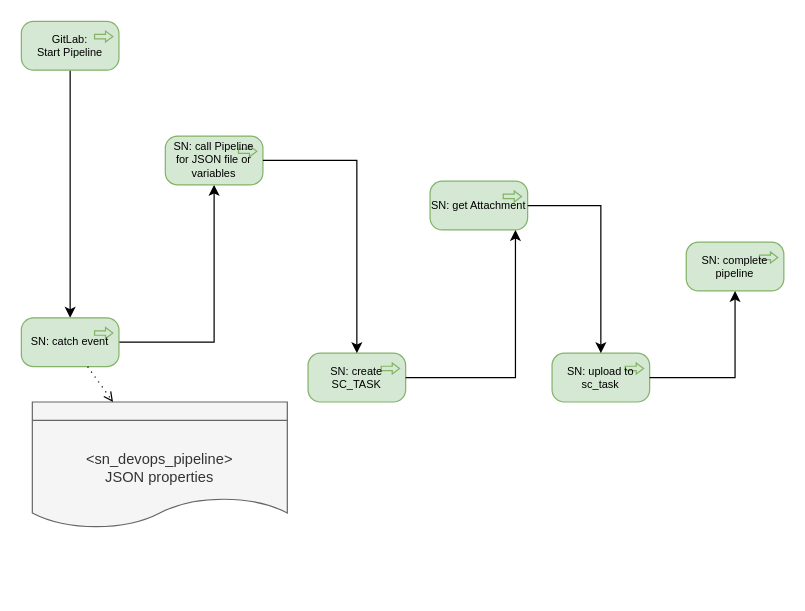
Before: GitLab2SN.drawio in algimas/tmp, a draw.io diagram. Source tidied: cells renumbered, new cells numbered last; positions are measured from the earlier drawing's top-left corner, leaving out a move shared by most shapes. Both pictures are drawn from the tidied source at 122%, with x=0, y=0 at pixel (21, 21).
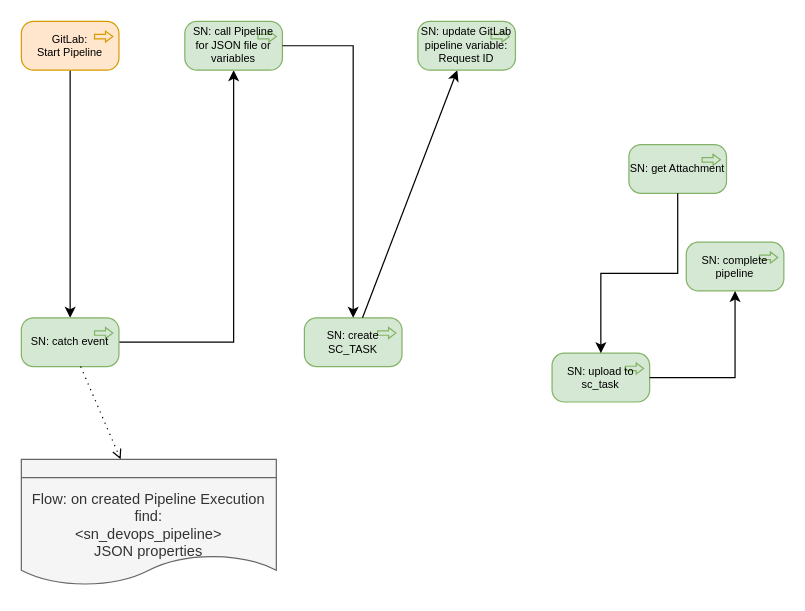
The same page after the edit.

The edit, as a diff of the source:
```diff
@@
 <mxGraphModel>
   <root>
     <mxCell id="0" />
     <mxCell id="1" parent="0" />
     <mxCell id="2" style="edgeStyle=orthogonalEdgeStyle;rounded=0;jettySize=auto;html=1;fontSize=9;" parent="1" edge="1" source="3" target="5">
       <mxGeometry relative="1" as="geometry" />
     </mxCell>
-    <mxCell id="3" value="GitLab:&lt;br&gt;Start Pipeline" style="html=1;outlineConnect=0;whiteSpace=wrap;fillColor=#d5e8d4;shape=mxgraph.archimate3.application;appType=proc;archiType=rounded;fontSize=9;verticalAlign=middle;align=center;strokeColor=#82b366;" parent="1" vertex="1">
+    <mxCell id="3" value="GitLab:&lt;br&gt;Start Pipeline" style="html=1;outlineConnect=0;whiteSpace=wrap;fillColor=#ffe6cc;shape=mxgraph.archimate3.application;appType=proc;archiType=rounded;fontSize=9;verticalAlign=middle;align=center;strokeColor=#d79b00;" parent="1" vertex="1">
       <mxGeometry width="80" height="40" as="geometry" />
     </mxCell>
     <mxCell id="4" style="edgeStyle=orthogonalEdgeStyle;rounded=0;jettySize=auto;html=1;fontSize=9;" parent="1" edge="1" source="5" target="6">
       <mxGeometry relative="1" as="geometry" />
     </mxCell>
     <mxCell id="5" value="SN: catch event" style="html=1;outlineConnect=0;whiteSpace=wrap;fillColor=#d5e8d4;shape=mxgraph.archimate3.application;appType=proc;archiType=rounded;fontSize=9;strokeColor=#82b366;" parent="1" vertex="1">
       <mxGeometry y="243" width="80" height="40" as="geometry" />
     </mxCell>
     <mxCell id="6" value="SN: call Pipeline for JSON file or variables" style="html=1;outlineConnect=0;whiteSpace=wrap;fillColor=#d5e8d4;shape=mxgraph.archimate3.application;appType=proc;archiType=rounded;fontSize=9;strokeColor=#82b366;" parent="1" vertex="1">
-      <mxGeometry x="118" y="94" width="80" height="40" as="geometry" />
+      <mxGeometry x="134" width="80" height="40" as="geometry" />
     </mxCell>
     <mxCell id="7" value="SN: create SC_TASK" style="html=1;outlineConnect=0;whiteSpace=wrap;fillColor=#d5e8d4;shape=mxgraph.archimate3.application;appType=proc;archiType=rounded;fontSize=9;strokeColor=#82b366;" parent="1" vertex="1">
-      <mxGeometry x="235" y="272" width="80" height="40" as="geometry" />
+      <mxGeometry x="232" y="243" width="80" height="40" as="geometry" />
     </mxCell>
     <mxCell id="8" style="edgeStyle=orthogonalEdgeStyle;rounded=0;jettySize=auto;html=1;fontSize=9;" parent="1" edge="1" source="6" target="7">
       <mxGeometry relative="1" as="geometry" />
     </mxCell>
     <mxCell id="9" value="SN: get Attachment" style="html=1;outlineConnect=0;whiteSpace=wrap;fillColor=#d5e8d4;shape=mxgraph.archimate3.application;appType=proc;archiType=rounded;fontSize=9;strokeColor=#82b366;" parent="1" vertex="1">
-      <mxGeometry x="335" y="131" width="80" height="40" as="geometry" />
+      <mxGeometry x="498" y="101" width="80" height="40" as="geometry" />
     </mxCell>
     <mxCell id="10" value="SN: upload to sc_task" style="html=1;outlineConnect=0;whiteSpace=wrap;fillColor=#d5e8d4;shape=mxgraph.archimate3.application;appType=proc;archiType=rounded;fontSize=9;strokeColor=#82b366;" parent="1" vertex="1">
       <mxGeometry x="435" y="272" width="80" height="40" as="geometry" />
     </mxCell>
-    <mxCell id="11" style="edgeStyle=orthogonalEdgeStyle;rounded=0;jettySize=auto;html=1;fontSize=9;" parent="1" edge="1" source="7" target="9">
-      <mxGeometry relative="1" as="geometry">
-        <Array as="points">
-          <mxPoint x="405" y="292" />
-        </Array>
-      </mxGeometry>
+    <mxCell id="11" style="rounded=0;jettySize=auto;html=1;fontSize=9;" parent="1" edge="1" source="7" target="17">
+      <mxGeometry relative="1" as="geometry" />
     </mxCell>
     <mxCell id="12" style="edgeStyle=orthogonalEdgeStyle;rounded=0;jettySize=auto;html=1;fontSize=9;" parent="1" edge="1" source="9" target="10">
       <mxGeometry relative="1" as="geometry" />
     </mxCell>
     <mxCell id="13" value="SN: complete pipeline" style="html=1;outlineConnect=0;whiteSpace=wrap;fillColor=#d5e8d4;shape=mxgraph.archimate3.application;appType=proc;archiType=rounded;fontSize=9;strokeColor=#82b366;" parent="1" vertex="1">
       <mxGeometry x="545" y="181" width="80" height="40" as="geometry" />
     </mxCell>
     <mxCell id="14" style="edgeStyle=orthogonalEdgeStyle;rounded=0;jettySize=auto;html=1;fontSize=9;" parent="1" edge="1" source="10" target="13">
       <mxGeometry relative="1" as="geometry" />
     </mxCell>
-    <mxCell id="15" value="&lt;div&gt;&lt;span style=&quot;background-color: initial;&quot;&gt;&amp;lt;sn_devops_pipeline&amp;gt;&lt;/span&gt;&lt;/div&gt;&lt;div&gt;&lt;span style=&quot;background-color: initial;&quot;&gt;JSON properties&lt;/span&gt;&lt;br&gt;&lt;/div&gt;" style="html=1;outlineConnect=0;whiteSpace=wrap;fillColor=#f5f5f5;shape=mxgraph.archimate3.representation;fontSize=12;align=center;strokeColor=#666666;fontColor=#333333;" parent="1" vertex="1">
-      <mxGeometry x="9" y="312" width="209" height="107" as="geometry" />
+    <mxCell id="15" value="&lt;div&gt;&lt;span style=&quot;background-color: initial;&quot;&gt;Flow: on created Pipeline Execution&lt;/span&gt;&lt;/div&gt;&lt;div&gt;&lt;span style=&quot;background-color: initial;&quot;&gt;find:&lt;/span&gt;&lt;/div&gt;&lt;div&gt;&lt;span style=&quot;background-color: initial;&quot;&gt;&amp;lt;sn_devops_pipeline&amp;gt;&lt;/span&gt;&lt;/div&gt;&lt;div&gt;&lt;span style=&quot;background-color: initial;&quot;&gt;JSON properties&lt;/span&gt;&lt;br&gt;&lt;/div&gt;" style="html=1;outlineConnect=0;whiteSpace=wrap;fillColor=#f5f5f5;shape=mxgraph.archimate3.representation;fontSize=12;align=center;strokeColor=#666666;fontColor=#333333;" parent="1" vertex="1">
+      <mxGeometry y="359" width="209" height="107" as="geometry" />
     </mxCell>
     <mxCell id="16" style="html=1;endArrow=open;elbow=vertical;endFill=0;dashed=1;dashPattern=1 4;rounded=0;fillColor=#00b9f2;" parent="1" edge="1" source="5" target="15">
       <mxGeometry relative="1" as="geometry" />
     </mxCell>
+    <mxCell id="17" value="SN: update GitLab pipeline variable: Request ID" style="html=1;outlineConnect=0;whiteSpace=wrap;fillColor=#d5e8d4;shape=mxgraph.archimate3.application;appType=proc;archiType=rounded;fontSize=9;strokeColor=#82b366;" parent="1" vertex="1">
+      <mxGeometry x="325" width="80" height="40" as="geometry" />
+    </mxCell>
   </root>
 </mxGraphModel>
```
